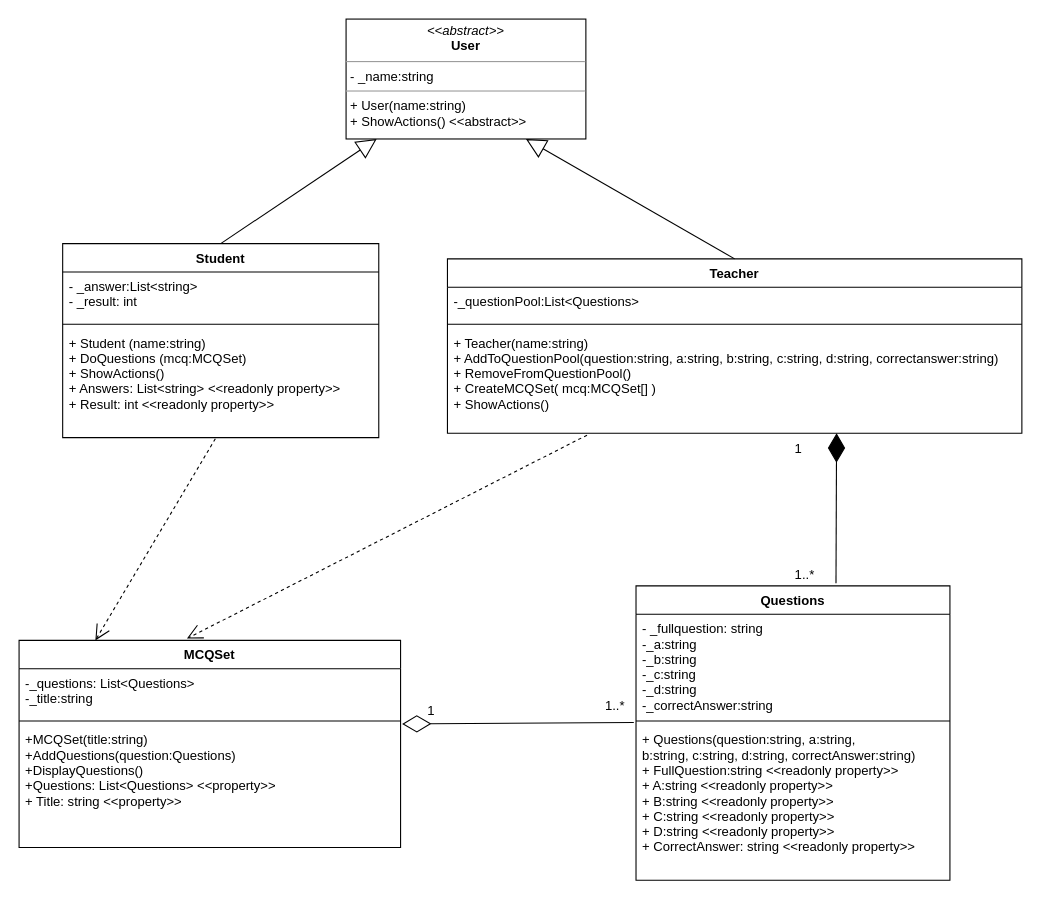
Above: CreditTaskUML.drawio in LastMinuteBanter/DistinctionTaskUML (draw.io), before the change. Source tidied: cells renumbered, new cells numbered last; positions are measured from the earlier drawing's top-left corner, leaving out a move shared by most shapes. Both pictures are drawn from the tidied source at 109%, with x=0, y=0 at pixel (19, 19).
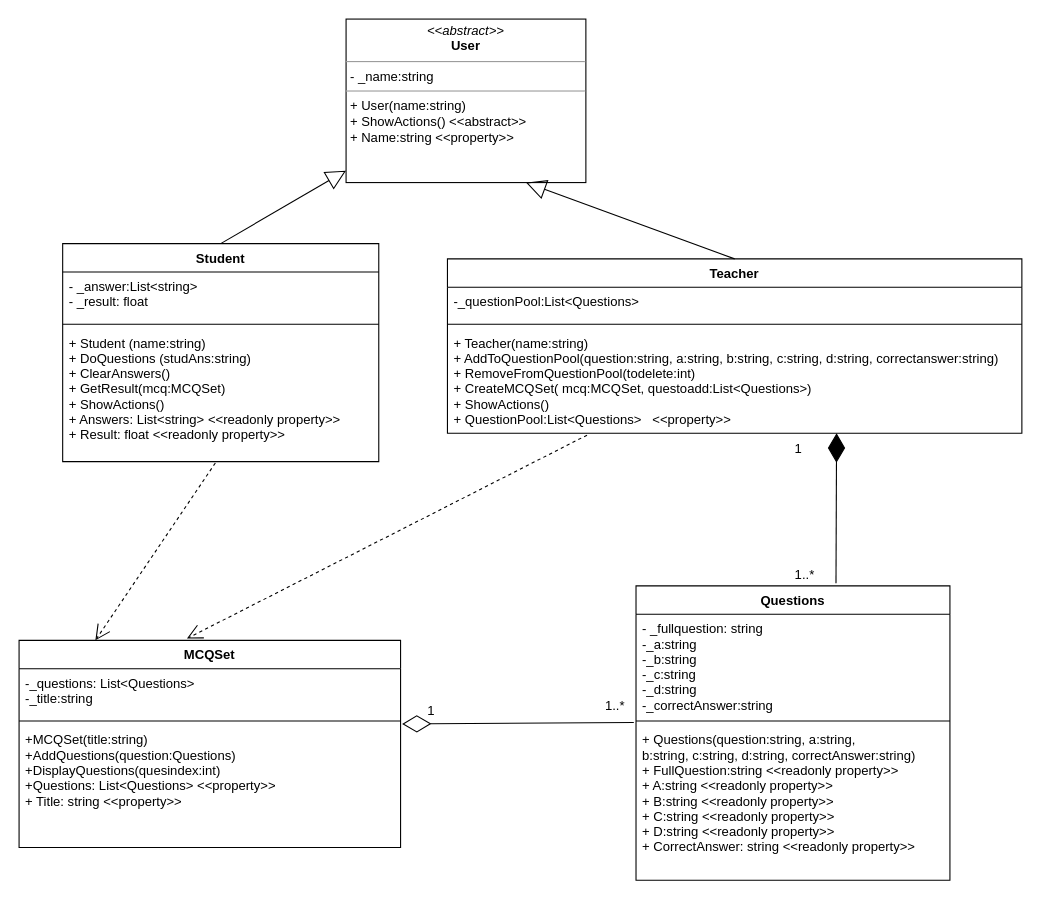
After the change.

The change refers to these unchanged cells:
```xml
<mxCell id="7" value="Teacher" style="swimlane;fontStyle=1;align=center;verticalAlign=top;horizontal=1;startSize=26;" parent="1" vertex="1">
  <mxGeometry x="393" y="220" width="527" height="160" as="geometry" />
</mxCell>
<mxCell id="11" value="MCQSet" style="swimlane;fontStyle=1;align=center;verticalAlign=top;horizontal=1;startSize=26;" parent="1" vertex="1">
  <mxGeometry y="570" width="350" height="190" as="geometry" />
</mxCell>
```

What changed in the source:
```diff
@@
-    <mxCell id="2" value="&lt;p style=&quot;margin: 0px ; margin-top: 4px ; text-align: center&quot;&gt;&lt;i&gt;&amp;lt;&amp;lt;abstract&amp;gt;&amp;gt;&lt;/i&gt;&lt;br&gt;&lt;b&gt;User&lt;/b&gt;&lt;/p&gt;&lt;hr size=&quot;1&quot;&gt;&lt;p style=&quot;margin: 0px ; margin-left: 4px&quot;&gt;- _name:string&lt;/p&gt;&lt;hr size=&quot;1&quot;&gt;&lt;p style=&quot;margin: 0px ; margin-left: 4px&quot;&gt;+ User(name:string)&lt;/p&gt;&lt;p style=&quot;margin: 0px ; margin-left: 4px&quot;&gt;+ ShowActions() &amp;lt;&amp;lt;abstract&amp;gt;&amp;gt;&lt;br&gt;&lt;/p&gt;" style="verticalAlign=top;align=left;overflow=fill;fontSize=12;fontFamily=Helvetica;html=1;" parent="1" vertex="1">
-      <mxGeometry x="300" width="220" height="110" as="geometry" />
+    <mxCell id="2" value="&lt;p style=&quot;margin: 0px ; margin-top: 4px ; text-align: center&quot;&gt;&lt;i&gt;&amp;lt;&amp;lt;abstract&amp;gt;&amp;gt;&lt;/i&gt;&lt;br&gt;&lt;b&gt;User&lt;/b&gt;&lt;/p&gt;&lt;hr size=&quot;1&quot;&gt;&lt;p style=&quot;margin: 0px ; margin-left: 4px&quot;&gt;- _name:string&lt;/p&gt;&lt;hr size=&quot;1&quot;&gt;&lt;p style=&quot;margin: 0px ; margin-left: 4px&quot;&gt;+ User(name:string)&lt;/p&gt;&lt;p style=&quot;margin: 0px ; margin-left: 4px&quot;&gt;+ ShowActions() &amp;lt;&amp;lt;abstract&amp;gt;&amp;gt;&lt;br&gt;&lt;/p&gt;&lt;p style=&quot;margin: 0px ; margin-left: 4px&quot;&gt;+ Name:string &amp;lt;&amp;lt;property&amp;gt;&amp;gt;&amp;nbsp;&lt;/p&gt;" style="verticalAlign=top;align=left;overflow=fill;fontSize=12;fontFamily=Helvetica;html=1;" parent="1" vertex="1">
+      <mxGeometry x="300" width="220" height="150" as="geometry" />
     </mxCell>
     <mxCell id="3" value="Student" style="swimlane;fontStyle=1;align=center;verticalAlign=top;horizontal=1;startSize=26;" parent="1" vertex="1">
-      <mxGeometry x="40" y="206" width="290" height="178" as="geometry" />
+      <mxGeometry x="40" y="206" width="290" height="200" as="geometry" />
     </mxCell>
-    <mxCell id="4" value="- _answer:List&lt;string&gt;&#10;- _result: int&#10;" style="text;strokeColor=none;fillColor=none;align=left;verticalAlign=top;spacingLeft=4;spacingRight=4;overflow=hidden;" parent="3" vertex="1">
+    <mxCell id="4" value="- _answer:List&lt;string&gt;&#10;- _result: float&#10;" style="text;strokeColor=none;fillColor=none;align=left;verticalAlign=top;spacingLeft=4;spacingRight=4;overflow=hidden;" parent="3" vertex="1">
       <mxGeometry y="26" width="290" height="44" as="geometry" />
     </mxCell>
@@
-    <mxCell id="6" value="+ Student (name:string)&#10;+ DoQuestions (mcq:MCQSet)&#10;+ ShowActions()&#10;+ Answers: List&lt;string&gt; &lt;&lt;readonly property&gt;&gt;&#10;+ Result: int &lt;&lt;readonly property&gt;&gt;&#10;" style="text;strokeColor=none;fillColor=none;align=left;verticalAlign=top;spacingLeft=4;spacingRight=4;overflow=hidden;points=[[0,0.5],[1,0.5]];portConstraint=eastwest;" parent="3" vertex="1">
-      <mxGeometry y="78" width="290" height="100" as="geometry" />
+    <mxCell id="6" value="+ Student (name:string)&#10;+ DoQuestions (studAns:string)&#10;+ ClearAnswers()&#10;+ GetResult(mcq:MCQSet)&#10;+ ShowActions()&#10;+ Answers: List&lt;string&gt; &lt;&lt;readonly property&gt;&gt;&#10;+ Result: float &lt;&lt;readonly property&gt;&gt;&#10;" style="text;strokeColor=none;fillColor=none;align=left;verticalAlign=top;spacingLeft=4;spacingRight=4;overflow=hidden;points=[[0,0.5],[1,0.5]];portConstraint=eastwest;" parent="3" vertex="1">
+      <mxGeometry y="78" width="290" height="122" as="geometry" />
     </mxCell>
@@
-    <mxCell id="10" value="+ Teacher(name:string)&#10;+ AddToQuestionPool(question:string, a:string, b:string, c:string, d:string, correctanswer:string)&#10;+ RemoveFromQuestionPool()&#10;+ CreateMCQSet( mcq:MCQSet[] )&#10;+ ShowActions()          " style="text;strokeColor=none;fillColor=none;align=left;verticalAlign=top;spacingLeft=4;spacingRight=4;overflow=hidden;points=[[0,0.5],[1,0.5]];portConstraint=eastwest;" parent="7" vertex="1">
+    <mxCell id="10" value="+ Teacher(name:string)&#10;+ AddToQuestionPool(question:string, a:string, b:string, c:string, d:string, correctanswer:string)&#10;+ RemoveFromQuestionPool(todelete:int)&#10;+ CreateMCQSet( mcq:MCQSet, questoadd:List&lt;Questions&gt;)&#10;+ ShowActions()&#10;+ QuestionPool:List&lt;Questions&gt;   &lt;&lt;property&gt;&gt;         " style="text;strokeColor=none;fillColor=none;align=left;verticalAlign=top;spacingLeft=4;spacingRight=4;overflow=hidden;points=[[0,0.5],[1,0.5]];portConstraint=eastwest;" parent="7" vertex="1">
       <mxGeometry y="64" width="527" height="96" as="geometry" />
     </mxCell>
@@
-    <mxCell id="14" value="+MCQSet(title:string)&#10;+AddQuestions(question:Questions)&#10;+DisplayQuestions()&#10;+Questions: List&lt;Questions&gt; &lt;&lt;property&gt;&gt;&#10;+ Title: string &lt;&lt;property&gt;&gt;&#10;&#10;" style="text;strokeColor=none;fillColor=none;align=left;verticalAlign=top;spacingLeft=4;spacingRight=4;overflow=hidden;points=[[0,0.5],[1,0.5]];portConstraint=eastwest;" parent="11" vertex="1">
+    <mxCell id="14" value="+MCQSet(title:string)&#10;+AddQuestions(question:Questions)&#10;+DisplayQuestions(quesindex:int)&#10;+Questions: List&lt;Questions&gt; &lt;&lt;property&gt;&gt;&#10;+ Title: string &lt;&lt;property&gt;&gt;&#10;&#10;" style="text;strokeColor=none;fillColor=none;align=left;verticalAlign=top;spacingLeft=4;spacingRight=4;overflow=hidden;points=[[0,0.5],[1,0.5]];portConstraint=eastwest;" parent="11" vertex="1">
       <mxGeometry y="78" width="350" height="112" as="geometry" />
     </mxCell>
```
